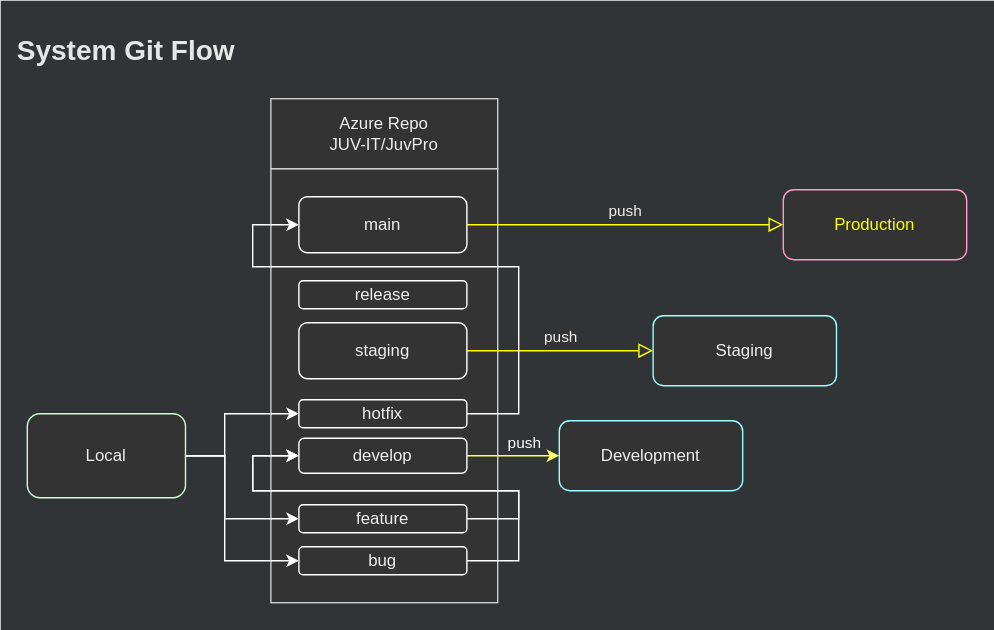
This is diagrams/juvpro/system-git-flow.svg from tcjpd/tcjpd.github.io, a draw.io export, as it was before one commit. Source tidied: cells renumbered, new cells last; positions are measured from the earlier drawing's top-left corner, leaving out a move shared by most shapes.
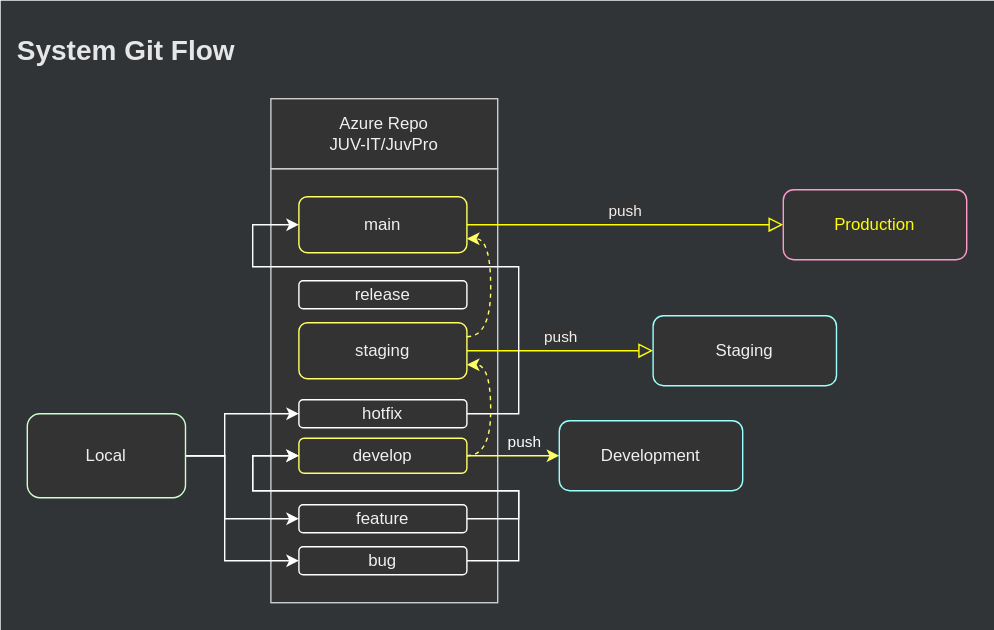
After the change.

Change to the diagram source:
```diff
@@ -24,10 +24,18 @@
     <mxCell id="9" value="&lt;font color=&quot;#ffff00&quot;&gt;Production&lt;br&gt;&lt;/font&gt;" style="rounded=1;whiteSpace=wrap;html=1;fontSize=12;glass=0;strokeWidth=1;shadow=0;labelBackgroundColor=#333333;fillColor=#333333;strokeColor=#FF99CC;fontColor=#FFFFFF;" parent="3" vertex="1">
       <mxGeometry x="559" y="135" width="131" height="50" as="geometry" />
     </mxCell>
+    <mxCell id="28" style="edgeStyle=orthogonalEdgeStyle;rounded=0;jettySize=auto;html=1;entryX=1;entryY=0.75;entryDx=0;entryDy=0;curved=1;exitX=1;exitY=0.25;exitDx=0;exitDy=0;strokeColor=#FFFF66;dashed=1;" parent="3" edge="1" source="10" target="11">
+      <mxGeometry relative="1" as="geometry">
+        <Array as="points">
+          <mxPoint x="350" y="240" />
+          <mxPoint x="350" y="170" />
+        </Array>
+      </mxGeometry>
+    </mxCell>
-    <mxCell id="10" value="staging" style="rounded=1;whiteSpace=wrap;html=1;fontSize=12;glass=0;strokeWidth=1;shadow=0;fontColor=#F0F0F0;labelBackgroundColor=#333333;fillColor=#333333;strokeColor=#FFFFFF;" parent="3" vertex="1">
+    <mxCell id="10" value="staging" style="rounded=1;whiteSpace=wrap;html=1;fontSize=12;glass=0;strokeWidth=1;shadow=0;fontColor=#F0F0F0;labelBackgroundColor=#333333;fillColor=#333333;strokeColor=#FFFF66;" parent="3" vertex="1">
       <mxGeometry x="213" y="230" width="120" height="40" as="geometry" />
     </mxCell>
-    <mxCell id="11" value="main" style="rounded=1;whiteSpace=wrap;html=1;fontSize=12;glass=0;strokeWidth=1;shadow=0;fontColor=#F0F0F0;labelBackgroundColor=#333333;fillColor=#333333;strokeColor=#FFFFFF;" parent="3" vertex="1">
+    <mxCell id="11" value="main" style="rounded=1;whiteSpace=wrap;html=1;fontSize=12;glass=0;strokeWidth=1;shadow=0;fontColor=#F0F0F0;labelBackgroundColor=#333333;fillColor=#333333;strokeColor=#FFFF66;" parent="3" vertex="1">
       <mxGeometry x="213" y="140" width="120" height="40" as="geometry" />
     </mxCell>
     <mxCell id="12" style="edgeStyle=orthogonalEdgeStyle;rounded=0;jettySize=auto;html=1;entryX=0;entryY=0.5;entryDx=0;entryDy=0;exitX=1;exitY=0.5;exitDx=0;exitDy=0;strokeColor=#FFFFFF;" parent="3" edge="1" source="13" target="11">
@@ -91,7 +99,15 @@
         <mxPoint x="14" y="-11" as="offset" />
       </mxGeometry>
     </mxCell>
+    <mxCell id="29" style="edgeStyle=orthogonalEdgeStyle;rounded=0;jettySize=auto;html=1;entryX=1;entryY=0.75;entryDx=0;entryDy=0;curved=1;exitX=1;exitY=0.5;exitDx=0;exitDy=0;strokeColor=#FFFF66;dashed=1;" parent="3" edge="1" source="22" target="10">
+      <mxGeometry relative="1" as="geometry">
+        <Array as="points">
+          <mxPoint x="350" y="325" />
+          <mxPoint x="350" y="260" />
+        </Array>
+      </mxGeometry>
+    </mxCell>
-    <mxCell id="22" value="develop" style="rounded=1;whiteSpace=wrap;html=1;fontSize=12;glass=0;strokeWidth=1;shadow=0;fontColor=#F0F0F0;labelBackgroundColor=#333333;fillColor=#333333;strokeColor=#FFFFFF;" parent="3" vertex="1">
+    <mxCell id="22" value="develop" style="rounded=1;whiteSpace=wrap;html=1;fontSize=12;glass=0;strokeWidth=1;shadow=0;fontColor=#F0F0F0;labelBackgroundColor=#333333;fillColor=#333333;strokeColor=#FFFF66;" parent="3" vertex="1">
       <mxGeometry x="213" y="312.5" width="120" height="25" as="geometry" />
     </mxCell>
     <mxCell id="23" value="feature" style="rounded=1;whiteSpace=wrap;html=1;fontSize=12;glass=0;strokeWidth=1;shadow=0;fontColor=#F0F0F0;labelBackgroundColor=#333333;fillColor=#333333;strokeColor=#FFFFFF;" parent="3" vertex="1">
```
